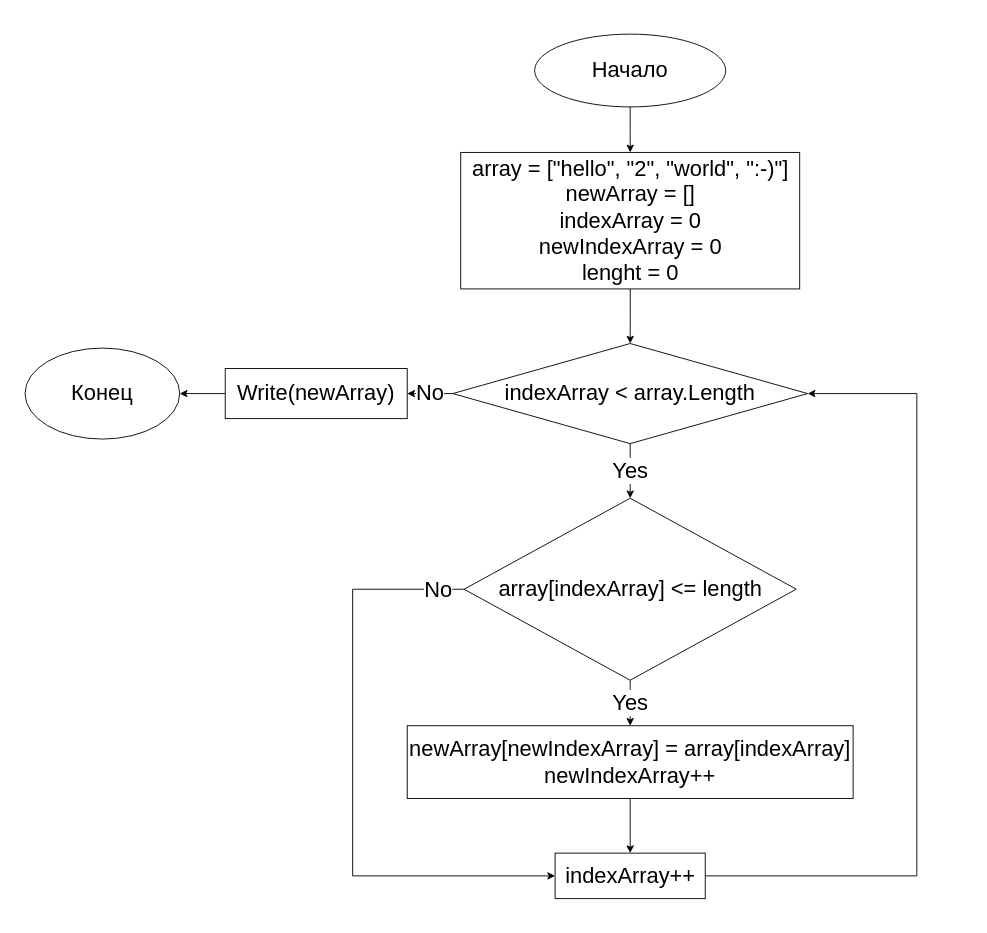
Before: Диаграмма для итоговой работы первой четверти.drawio in Lego944/GB, a draw.io diagram. Source tidied: cells renumbered, new cells numbered last; positions are measured from the earlier drawing's top-left corner, leaving out a move shared by most shapes. Both pictures are drawn from the tidied source at 91%, with x=0, y=0 at pixel (25, 34).
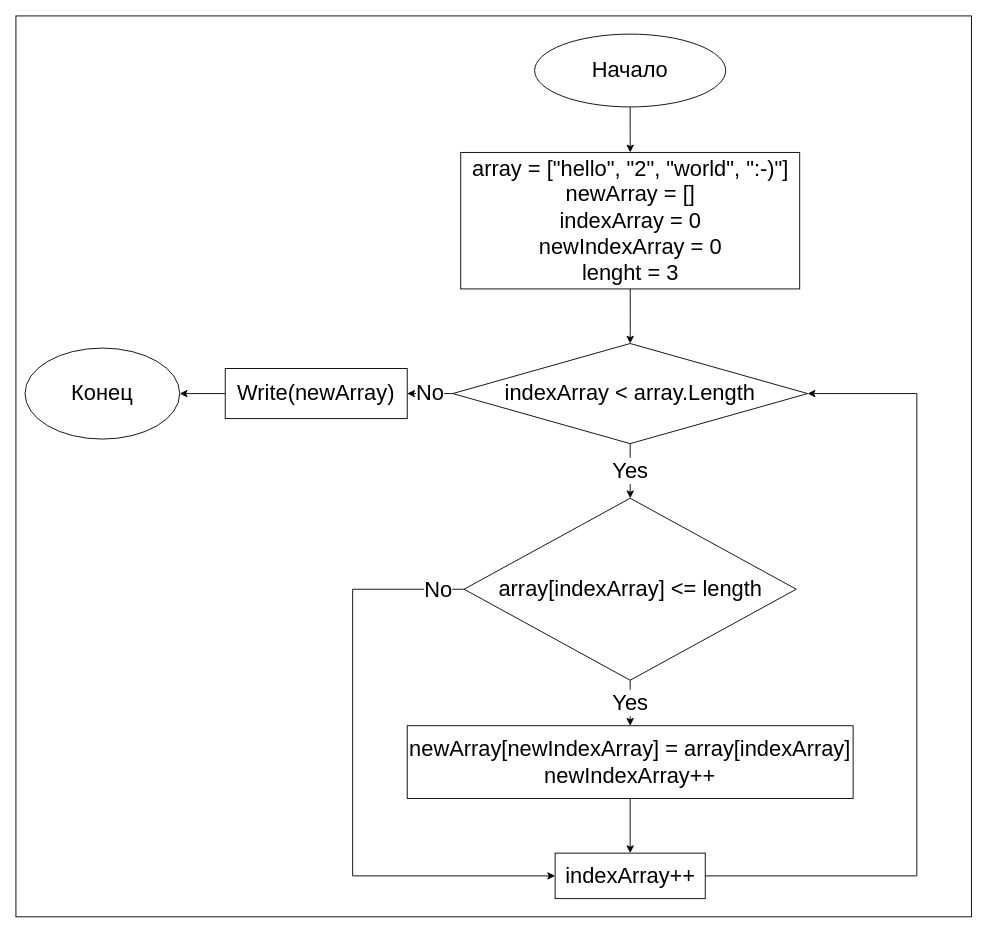
Above is the later version.

Change to the diagram source:
```diff
@@
-<mxGraphModel>
+<mxGraphModel background="#FFFFFF">
@@
+    <mxCell id="20" style="rounded=0;whiteSpace=wrap;html=1;" parent="1" vertex="1">
+      <mxGeometry x="-10" y="-20" width="1050" height="990" as="geometry" />
+    </mxCell>
@@
-    <mxCell id="5" value="array = [&quot;hello&quot;, &quot;2&quot;, &quot;world&quot;, &quot;:-)&quot;]&lt;br&gt;newArray = []&lt;br&gt;indexArray = 0&lt;br&gt;newIndexArray = 0&lt;br&gt;lenght = 0" style="rounded=0;whiteSpace=wrap;html=1;fontSize=24;" parent="1" vertex="1">
+    <mxCell id="5" value="array = [&quot;hello&quot;, &quot;2&quot;, &quot;world&quot;, &quot;:-)&quot;]&lt;br&gt;newArray = []&lt;br&gt;indexArray = 0&lt;br&gt;newIndexArray = 0&lt;br&gt;lenght = 3" style="rounded=0;whiteSpace=wrap;html=1;fontSize=24;" parent="1" vertex="1">
       <mxGeometry x="478.8" y="130" width="372.5" height="150" as="geometry" />
     </mxCell>
```
